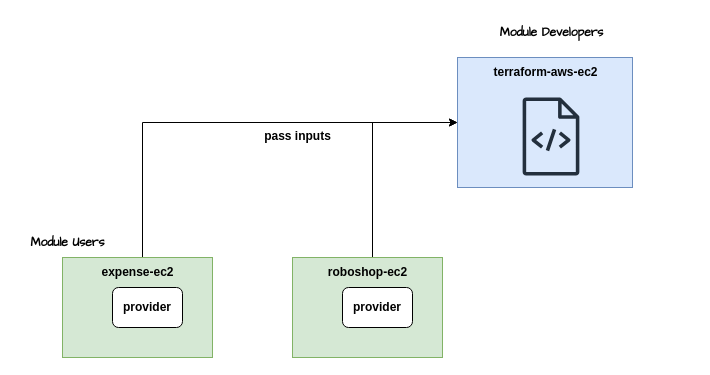
The draw.io diagram terraform-modules.drawio in DAWS-82S/diagrams, before the edit. Source tidied: cells renumbered, new cells numbered last; positions are measured from the earlier drawing's top-left corner, leaving out a move shared by most shapes. Both pictures are drawn from the tidied source at 100%, with x=0, y=0 at pixel (17, 17).
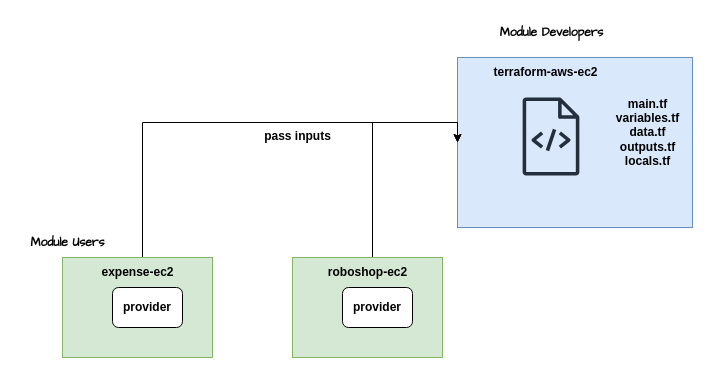
The same diagram, later.

What changed in the source:
```diff
@@
 <mxGraphModel>
   <root>
     <mxCell id="0" />
     <mxCell id="1" parent="0" />
     <mxCell id="2" style="rounded=0;whiteSpace=wrap;html=1;fillColor=#dae8fc;strokeColor=#6c8ebf;" parent="1" vertex="1">
-      <mxGeometry x="440" y="40" width="175" height="130" as="geometry" />
+      <mxGeometry x="440" y="40" width="235" height="170" as="geometry" />
     </mxCell>
     <mxCell id="3" value="&lt;b&gt;terraform-aws-ec2&lt;/b&gt;" style="text;html=1;align=center;verticalAlign=middle;strokeColor=none;fillColor=none;" parent="1" vertex="1">
       <mxGeometry x="462.5" y="40" width="130" height="30" as="geometry" />
     </mxCell>
     <mxCell id="4" style="sketch=0;fontColor=#232F3E;gradientColor=none;fillColor=#232F3D;strokeColor=none;dashed=0;verticalLabelPosition=bottom;verticalAlign=top;align=center;html=1;fontSize=12;fontStyle=0;shape=mxgraph.aws4.source_code;" parent="1" vertex="1">
       <mxGeometry x="505" y="80" width="57" height="78" as="geometry" />
     </mxCell>
     <mxCell id="5" style="edgeStyle=orthogonalEdgeStyle;rounded=0;jettySize=auto;html=1;entryX=0;entryY=0.5;entryDx=0;entryDy=0;" parent="1" edge="1" source="6" target="2">
       <mxGeometry relative="1" as="geometry">
         <Array as="points">
           <mxPoint x="125" y="105" />
         </Array>
       </mxGeometry>
     </mxCell>
     <mxCell id="6" style="rounded=0;whiteSpace=wrap;html=1;fillColor=#d5e8d4;strokeColor=#82b366;" parent="1" vertex="1">
       <mxGeometry x="45" y="240" width="150" height="100" as="geometry" />
     </mxCell>
     <mxCell id="7" value="&lt;b&gt;expense-ec2&lt;/b&gt;" style="text;html=1;align=center;verticalAlign=middle;strokeColor=none;fillColor=none;" parent="1" vertex="1">
       <mxGeometry x="70" y="240" width="100" height="30" as="geometry" />
     </mxCell>
     <mxCell id="8" value="&lt;b&gt;pass inputs&lt;/b&gt;" style="text;html=1;align=center;verticalAlign=middle;strokeColor=none;fillColor=none;" parent="1" vertex="1">
       <mxGeometry x="235" y="104" width="90" height="30" as="geometry" />
     </mxCell>
     <mxCell id="9" style="edgeStyle=orthogonalEdgeStyle;rounded=0;jettySize=auto;html=1;entryX=0;entryY=0.5;entryDx=0;entryDy=0;" parent="1" edge="1" source="10" target="2">
       <mxGeometry relative="1" as="geometry">
         <Array as="points">
           <mxPoint x="355" y="105" />
         </Array>
       </mxGeometry>
     </mxCell>
     <mxCell id="10" style="rounded=0;whiteSpace=wrap;html=1;fillColor=#d5e8d4;strokeColor=#82b366;" parent="1" vertex="1">
       <mxGeometry x="275" y="240" width="150" height="100" as="geometry" />
     </mxCell>
     <mxCell id="11" value="&lt;b&gt;roboshop-ec2&lt;/b&gt;" style="text;html=1;align=center;verticalAlign=middle;strokeColor=none;fillColor=none;" parent="1" vertex="1">
       <mxGeometry x="300" y="240" width="100" height="30" as="geometry" />
     </mxCell>
     <mxCell id="12" value="&lt;b&gt;provider&lt;/b&gt;" style="rounded=1;whiteSpace=wrap;html=1;" parent="1" vertex="1">
       <mxGeometry x="95" y="270" width="70" height="40" as="geometry" />
     </mxCell>
     <mxCell id="13" value="&lt;b&gt;provider&lt;/b&gt;" style="rounded=1;whiteSpace=wrap;html=1;" parent="1" vertex="1">
       <mxGeometry x="325" y="270" width="70" height="40" as="geometry" />
     </mxCell>
     <mxCell id="14" value="&lt;b&gt;&lt;font face=&quot;Comic Sans MS&quot;&gt;Module Developers&lt;/font&gt;&lt;/b&gt;" style="text;html=1;align=center;verticalAlign=middle;strokeColor=none;fillColor=none;" parent="1" vertex="1">
       <mxGeometry x="468.5" width="130" height="30" as="geometry" />
     </mxCell>
     <mxCell id="15" value="&lt;b&gt;&lt;font face=&quot;Comic Sans MS&quot;&gt;Module Users&lt;/font&gt;&lt;/b&gt;" style="text;html=1;align=center;verticalAlign=middle;strokeColor=none;fillColor=none;" parent="1" vertex="1">
       <mxGeometry y="210" width="100" height="30" as="geometry" />
     </mxCell>
+    <mxCell id="16" value="&lt;b&gt;main.tf&lt;/b&gt;&lt;div&gt;&lt;b&gt;variables.tf&lt;/b&gt;&lt;/div&gt;&lt;div&gt;&lt;b&gt;data.tf&lt;/b&gt;&lt;/div&gt;&lt;div&gt;&lt;b&gt;outputs.tf&lt;/b&gt;&lt;/div&gt;&lt;div&gt;&lt;b&gt;locals.tf&lt;/b&gt;&lt;/div&gt;" style="text;html=1;align=center;verticalAlign=middle;strokeColor=none;fillColor=none;" parent="1" vertex="1">
+      <mxGeometry x="585" y="70" width="90" height="90" as="geometry" />
+    </mxCell>
   </root>
 </mxGraphModel>
```
